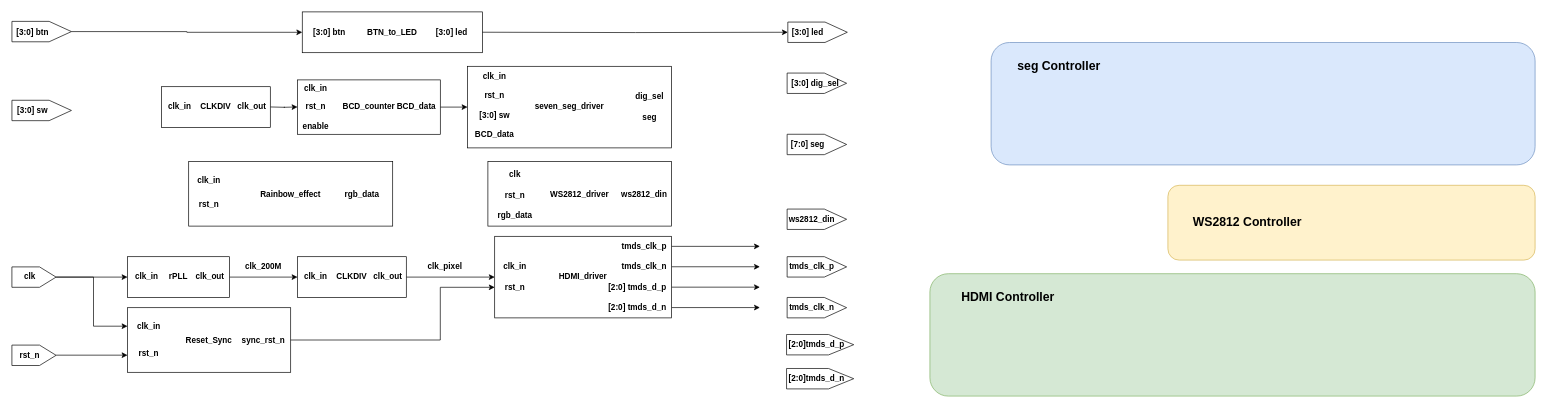
This is 板级测试工程框图.drawio from zeandon/draw.io, a draw.io file, before an edit. Source tidied: cells renumbered, new cells numbered last; positions are measured from the earlier drawing's top-left corner, leaving out a move shared by most shapes. Both pictures are drawn from the tidied source at 68%, with x=0, y=0 at pixel (12, 1).
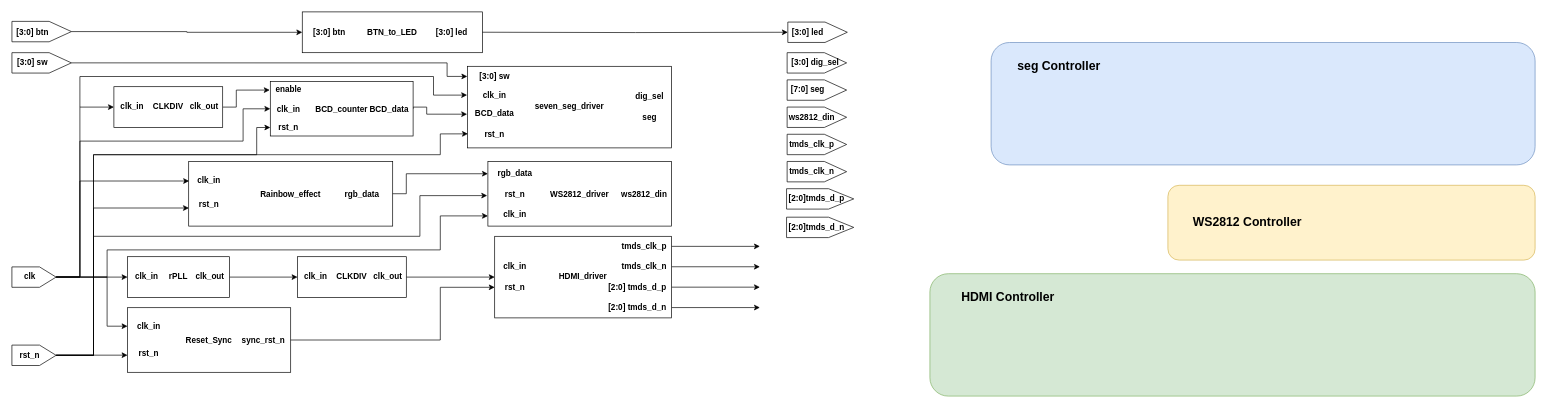
The same diagram, later.

Commit message (it also covers changes not shown here):
更新板级测试工程框图.drawio

Unchanged cells that the change refers to:
```xml
<mxCell id="34" style="shape=offPageConnector;whiteSpace=wrap;html=1;rotation=-90;fontStyle=1;" parent="33" vertex="1">
  <mxGeometry x="17.5" y="-17.5" width="30" height="65" as="geometry" />
</mxCell>
<mxCell id="37" style="shape=offPageConnector;whiteSpace=wrap;html=1;rotation=-90;fontStyle=1;" parent="36" vertex="1">
  <mxGeometry x="17.5" y="-17.5" width="30" height="65" as="geometry" />
</mxCell>
<mxCell id="43" style="shape=offPageConnector;whiteSpace=wrap;html=1;rotation=-90;fontStyle=1;" parent="42" vertex="1">
  <mxGeometry x="28.8" y="-28.8" width="30" height="87.5" as="geometry" />
</mxCell>
<mxCell id="72" value="CLKDIV" style="rounded=0;whiteSpace=wrap;html=1;fontStyle=1;" parent="71" vertex="1">
  <mxGeometry width="160" height="60" as="geometry" />
</mxCell>
<mxCell id="80" style="group;fontStyle=1;" parent="1" vertex="1">
  <mxGeometry x="670" y="95" width="300" height="120" as="geometry" />
</mxCell>
<mxCell id="81" value="seven_seg_driver" style="rounded=0;whiteSpace=wrap;html=1;fontStyle=1;" parent="80" vertex="1">
  <mxGeometry width="300" height="120" as="geometry" />
</mxCell>
<mxCell id="97" value="Rainbow_effect" style="rounded=0;whiteSpace=wrap;html=1;fontStyle=1;" parent="96" vertex="1">
  <mxGeometry width="300" height="95" as="geometry" />
</mxCell>
<mxCell id="101" style="group;" parent="1" vertex="1">
  <mxGeometry x="700" y="235" width="270" height="95" as="geometry" />
</mxCell>
<mxCell id="102" value="WS2812_driver" style="rounded=0;whiteSpace=wrap;html=1;fontStyle=1;" parent="101" vertex="1">
  <mxGeometry width="270" height="95" as="geometry" />
</mxCell>
```

Change to the diagram source:
```diff
@@
-    <mxCell id="8" style="edgeStyle=orthogonalEdgeStyle;rounded=0;orthogonalLoop=1;jettySize=auto;html=1;fontStyle=1;" parent="1" edge="1">
+    <mxCell id="8" style="edgeStyle=orthogonalEdgeStyle;rounded=0;jettySize=auto;html=1;fontStyle=1;exitX=1;exitY=0.5;exitDx=0;exitDy=0;entryX=-0.004;entryY=0.156;entryDx=0;entryDy=0;entryPerimeter=0;" parent="1" edge="1" source="72" target="75">
       <mxGeometry relative="1" as="geometry">
-        <mxPoint x="380" y="154.8" as="sourcePoint" />
-        <mxPoint x="420" y="154.8" as="targetPoint" />
+        <Array as="points">
+          <mxPoint x="330" y="155" />
+          <mxPoint x="330" y="130" />
+        </Array>
       </mxGeometry>
     </mxCell>
-    <mxCell id="9" style="edgeStyle=orthogonalEdgeStyle;rounded=0;jettySize=auto;html=1;fontStyle=1;" parent="1" edge="1" source="75" target="81">
-      <mxGeometry relative="1" as="geometry" />
+    <mxCell id="9" style="edgeStyle=orthogonalEdgeStyle;rounded=0;jettySize=auto;html=1;fontStyle=1;exitX=1;exitY=0.5;exitDx=0;exitDy=0;entryX=-0.002;entryY=0.587;entryDx=0;entryDy=0;entryPerimeter=0;" parent="1" edge="1" source="75" target="81">
+      <mxGeometry relative="1" as="geometry">
+        <Array as="points">
+          <mxPoint x="590" y="155" />
+          <mxPoint x="610" y="155" />
+          <mxPoint x="610" y="165" />
+          <mxPoint x="669" y="165" />
+        </Array>
+      </mxGeometry>
     </mxCell>
@@
-    <mxCell id="18" value="clk_200M" style="text;html=1;whiteSpace=wrap;strokeColor=none;fillColor=none;align=center;verticalAlign=middle;rounded=0;fontStyle=1;" parent="1" vertex="1">
-      <mxGeometry x="340" y="375" width="60" height="30" as="geometry" />
-    </mxCell>
-    <mxCell id="19" value="clk_pixel" style="text;html=1;whiteSpace=wrap;strokeColor=none;fillColor=none;align=center;verticalAlign=middle;rounded=0;fontStyle=1;" parent="1" vertex="1">
-      <mxGeometry x="607" y="375" width="60" height="30" as="geometry" />
-    </mxCell>
@@
     <mxCell id="42" style="group;fontStyle=1;" parent="1" vertex="1">
-      <mxGeometry y="145" width="87.5" height="30" as="geometry" />
+      <mxGeometry y="75" width="87.5" height="30" as="geometry" />
     </mxCell>
@@
     <mxCell id="48" style="group;fontStyle=1;" parent="1" vertex="1">
-      <mxGeometry x="1140" y="105" width="87.5" height="30" as="geometry" />
+      <mxGeometry x="1140" y="75" width="87.5" height="30" as="geometry" />
     </mxCell>
@@
     <mxCell id="51" style="group;fontStyle=1;" parent="1" vertex="1">
-      <mxGeometry x="1140" y="195" width="87.5" height="30" as="geometry" />
+      <mxGeometry x="1140" y="115" width="87.5" height="30" as="geometry" />
     </mxCell>
@@
     <mxCell id="54" style="group;fontStyle=1;" parent="1" vertex="1">
-      <mxGeometry x="1140" y="305" width="87.5" height="30" as="geometry" />
+      <mxGeometry x="1140" y="155" width="87.5" height="30" as="geometry" />
     </mxCell>
@@
     <mxCell id="57" style="group;fontStyle=1;" parent="1" vertex="1">
-      <mxGeometry x="1140" y="375" width="87.5" height="30" as="geometry" />
+      <mxGeometry x="1140" y="195" width="87.5" height="30" as="geometry" />
     </mxCell>
@@
     <mxCell id="60" style="group;fontStyle=1;" parent="1" vertex="1">
-      <mxGeometry x="1140" y="435" width="87.5" height="30" as="geometry" />
+      <mxGeometry x="1140" y="235" width="87.5" height="30" as="geometry" />
     </mxCell>
@@
     <mxCell id="63" style="shape=offPageConnector;whiteSpace=wrap;html=1;rotation=-90;fontStyle=1;" parent="1" vertex="1">
-      <mxGeometry x="1173.6" y="455" width="30" height="98.8" as="geometry" />
+      <mxGeometry x="1173.6" y="240.6" width="30" height="98.8" as="geometry" />
     </mxCell>
     <mxCell id="64" value="[2:0]tmds_d_p" style="text;html=1;whiteSpace=wrap;strokeColor=none;fillColor=none;align=center;verticalAlign=middle;rounded=0;fontStyle=1;" parent="1" vertex="1">
-      <mxGeometry x="1150.4" y="489.4" width="66.6" height="30" as="geometry" />
+      <mxGeometry x="1150.4" y="275" width="66.6" height="30" as="geometry" />
     </mxCell>
     <mxCell id="65" style="shape=offPageConnector;whiteSpace=wrap;html=1;rotation=-90;fontStyle=1;" parent="1" vertex="1">
-      <mxGeometry x="1173.6" y="505" width="30" height="98.8" as="geometry" />
+      <mxGeometry x="1173.6" y="282.5" width="30" height="98.8" as="geometry" />
     </mxCell>
     <mxCell id="66" value="[2:0]tmds_d_n" style="text;html=1;whiteSpace=wrap;strokeColor=none;fillColor=none;align=center;verticalAlign=middle;rounded=0;fontStyle=1;" parent="1" vertex="1">
-      <mxGeometry x="1150.4" y="539.4" width="66.6" height="30" as="geometry" />
+      <mxGeometry x="1150.4" y="316.9" width="66.6" height="30" as="geometry" />
     </mxCell>
@@
     <mxCell id="71" style="group;fontStyle=1;" parent="1" vertex="1">
-      <mxGeometry x="220" y="125" width="160" height="60" as="geometry" />
+      <mxGeometry x="150" y="125" width="160" height="60" as="geometry" />
     </mxCell>
@@
     <mxCell id="75" value="BCD_counter" style="rounded=0;whiteSpace=wrap;html=1;fontStyle=1;" parent="1" vertex="1">
-      <mxGeometry x="420" y="115" width="210" height="80" as="geometry" />
+      <mxGeometry x="380" y="117.5" width="210" height="80" as="geometry" />
     </mxCell>
-    <mxCell id="76" value="clk_in" style="text;html=1;whiteSpace=wrap;strokeColor=none;fillColor=none;align=center;verticalAlign=middle;rounded=0;fontStyle=1;" parent="1" vertex="1">
-      <mxGeometry x="427" y="112.5" width="40" height="30" as="geometry" />
+    <mxCell id="76" value="enable" style="text;html=1;whiteSpace=wrap;strokeColor=none;fillColor=none;align=center;verticalAlign=middle;rounded=0;fontStyle=1;" parent="1" vertex="1">
+      <mxGeometry x="387" y="115" width="40" height="30" as="geometry" />
     </mxCell>
-    <mxCell id="77" value="rst_n" style="text;html=1;whiteSpace=wrap;strokeColor=none;fillColor=none;align=center;verticalAlign=middle;rounded=0;fontStyle=1;" parent="1" vertex="1">
-      <mxGeometry x="427" y="140" width="40" height="30" as="geometry" />
+    <mxCell id="77" value="clk_in" style="text;html=1;whiteSpace=wrap;strokeColor=none;fillColor=none;align=center;verticalAlign=middle;rounded=0;fontStyle=1;" parent="1" vertex="1">
+      <mxGeometry x="387" y="142.5" width="40" height="30" as="geometry" />
     </mxCell>
-    <mxCell id="78" value="enable" style="text;html=1;whiteSpace=wrap;strokeColor=none;fillColor=none;align=center;verticalAlign=middle;rounded=0;fontStyle=1;" parent="1" vertex="1">
-      <mxGeometry x="427" y="167.5" width="40" height="30" as="geometry" />
+    <mxCell id="78" value="rst_n" style="text;html=1;whiteSpace=wrap;strokeColor=none;fillColor=none;align=center;verticalAlign=middle;rounded=0;fontStyle=1;" parent="1" vertex="1">
+      <mxGeometry x="387" y="170" width="40" height="30" as="geometry" />
     </mxCell>
     <mxCell id="79" value="BCD_data" style="text;html=1;whiteSpace=wrap;strokeColor=none;fillColor=none;align=center;verticalAlign=middle;rounded=0;fontStyle=1;" parent="1" vertex="1">
-      <mxGeometry x="560" y="142.5" width="70" height="25" as="geometry" />
+      <mxGeometry x="520" y="145" width="70" height="25" as="geometry" />
     </mxCell>
@@
-    <mxCell id="82" value="clk_in" style="text;html=1;whiteSpace=wrap;strokeColor=none;fillColor=none;align=center;verticalAlign=middle;rounded=0;fontStyle=1;" parent="80" vertex="1">
-      <mxGeometry x="20" width="40" height="30" as="geometry" />
+    <mxCell id="82" value="[3:0] sw" style="text;html=1;whiteSpace=wrap;strokeColor=none;fillColor=none;align=center;verticalAlign=middle;rounded=0;fontStyle=1;" parent="80" vertex="1">
+      <mxGeometry x="15" width="50" height="30" as="geometry" />
     </mxCell>
-    <mxCell id="83" value="rst_n" style="text;html=1;whiteSpace=wrap;strokeColor=none;fillColor=none;align=center;verticalAlign=middle;rounded=0;fontStyle=1;" parent="80" vertex="1">
+    <mxCell id="83" value="clk_in" style="text;html=1;whiteSpace=wrap;strokeColor=none;fillColor=none;align=center;verticalAlign=middle;rounded=0;fontStyle=1;" parent="80" vertex="1">
       <mxGeometry x="20" y="27.5" width="40" height="30" as="geometry" />
     </mxCell>
-    <mxCell id="84" value="[3:0] sw" style="text;html=1;whiteSpace=wrap;strokeColor=none;fillColor=none;align=center;verticalAlign=middle;rounded=0;fontStyle=1;" parent="80" vertex="1">
-      <mxGeometry x="10" y="57.5" width="60" height="30" as="geometry" />
+    <mxCell id="84" value="BCD_data" style="text;html=1;whiteSpace=wrap;strokeColor=none;fillColor=none;align=center;verticalAlign=middle;rounded=0;fontStyle=1;" parent="80" vertex="1">
+      <mxGeometry x="10" y="55" width="60" height="30" as="geometry" />
     </mxCell>
@@
-    <mxCell id="87" value="BCD_data" style="text;html=1;whiteSpace=wrap;strokeColor=none;fillColor=none;align=center;verticalAlign=middle;rounded=0;fontStyle=1;" parent="80" vertex="1">
+    <mxCell id="87" value="rst_n" style="text;html=1;whiteSpace=wrap;strokeColor=none;fillColor=none;align=center;verticalAlign=middle;rounded=0;fontStyle=1;" parent="80" vertex="1">
       <mxGeometry x="10" y="85" width="60" height="30" as="geometry" />
     </mxCell>
@@
-    <mxCell id="103" value="clk" style="text;html=1;whiteSpace=wrap;strokeColor=none;fillColor=none;align=center;verticalAlign=middle;rounded=0;fontStyle=1;" parent="101" vertex="1">
-      <mxGeometry x="20" y="5" width="40" height="30" as="geometry" />
+    <mxCell id="103" value="rst_n" style="text;html=1;whiteSpace=wrap;strokeColor=none;fillColor=none;align=center;verticalAlign=middle;rounded=0;fontStyle=1;" parent="101" vertex="1">
+      <mxGeometry x="20" y="32.5" width="40" height="30" as="geometry" />
     </mxCell>
-    <mxCell id="104" value="rst_n" style="text;html=1;whiteSpace=wrap;strokeColor=none;fillColor=none;align=center;verticalAlign=middle;rounded=0;fontStyle=1;" parent="101" vertex="1">
-      <mxGeometry x="20" y="35" width="40" height="30" as="geometry" />
+    <mxCell id="104" value="clk_in" style="text;html=1;whiteSpace=wrap;strokeColor=none;fillColor=none;align=center;verticalAlign=middle;rounded=0;fontStyle=1;" parent="101" vertex="1">
+      <mxGeometry x="20" y="62.5" width="40" height="30" as="geometry" />
     </mxCell>
+    <mxCell id="106" value="ws2812_din" style="text;html=1;whiteSpace=wrap;strokeColor=none;fillColor=none;align=center;verticalAlign=middle;rounded=0;fontStyle=1;" parent="101" vertex="1">
+      <mxGeometry x="190" y="32.5" width="80" height="30" as="geometry" />
+    </mxCell>
     <mxCell id="105" value="rgb_data" style="text;html=1;whiteSpace=wrap;strokeColor=none;fillColor=none;align=center;verticalAlign=middle;rounded=0;fontStyle=1;" parent="101" vertex="1">
-      <mxGeometry x="10" y="65" width="60" height="30" as="geometry" />
+      <mxGeometry x="10" y="2.5" width="60" height="30" as="geometry" />
     </mxCell>
-    <mxCell id="106" value="ws2812_din" style="text;html=1;whiteSpace=wrap;strokeColor=none;fillColor=none;align=center;verticalAlign=middle;rounded=0;fontStyle=1;" parent="101" vertex="1">
-      <mxGeometry x="190" y="32.5" width="80" height="30" as="geometry" />
-    </mxCell>
     <mxCell id="107" style="edgeStyle=orthogonalEdgeStyle;rounded=0;jettySize=auto;html=1;fontStyle=1;exitX=0.5;exitY=1;exitDx=0;exitDy=0;" parent="1" edge="1" source="34">
       <mxGeometry relative="1" as="geometry">
         <mxPoint x="170" y="477.2" as="targetPoint" />
         <Array as="points">
-          <mxPoint x="120" y="405" />
-          <mxPoint x="120" y="477" />
+          <mxPoint x="140" y="405" />
+          <mxPoint x="140" y="477" />
         </Array>
       </mxGeometry>
     </mxCell>
@@
+    <mxCell id="110" style="edgeStyle=orthogonalEdgeStyle;rounded=0;orthogonalLoop=1;jettySize=auto;html=1;fontStyle=1;" parent="1" edge="1">
+      <mxGeometry relative="1" as="geometry">
+        <mxPoint x="560" y="282.4" as="sourcePoint" />
+        <mxPoint x="700" y="253" as="targetPoint" />
+        <Array as="points">
+          <mxPoint x="580" y="282" />
+          <mxPoint x="580" y="253" />
+        </Array>
+      </mxGeometry>
+    </mxCell>
+    <mxCell id="111" style="edgeStyle=orthogonalEdgeStyle;rounded=0;orthogonalLoop=1;jettySize=auto;html=1;exitX=0.5;exitY=1;exitDx=0;exitDy=0;fontStyle=1;" parent="1" edge="1">
+      <mxGeometry relative="1" as="geometry">
+        <mxPoint x="65" y="404.9" as="sourcePoint" />
+        <mxPoint x="700" y="315" as="targetPoint" />
+        <Array as="points">
+          <mxPoint x="140" y="405" />
+          <mxPoint x="140" y="365" />
+          <mxPoint x="630" y="365" />
+          <mxPoint x="630" y="315" />
+          <mxPoint x="700" y="315" />
+        </Array>
+      </mxGeometry>
+    </mxCell>
+    <mxCell id="112" style="edgeStyle=orthogonalEdgeStyle;rounded=0;jettySize=auto;html=1;exitX=0.5;exitY=1;exitDx=0;exitDy=0;fontStyle=1;entryX=0.001;entryY=0.72;entryDx=0;entryDy=0;entryPerimeter=0;" parent="1" edge="1" target="97">
+      <mxGeometry relative="1" as="geometry">
+        <mxPoint x="65" y="519.9" as="sourcePoint" />
+        <Array as="points">
+          <mxPoint x="120" y="520" />
+          <mxPoint x="120" y="303" />
+        </Array>
+      </mxGeometry>
+    </mxCell>
+    <mxCell id="113" style="edgeStyle=orthogonalEdgeStyle;rounded=0;jettySize=auto;html=1;exitX=0.5;exitY=1;exitDx=0;exitDy=0;fontStyle=1;entryX=0.002;entryY=0.302;entryDx=0;entryDy=0;entryPerimeter=0;" parent="1" edge="1" target="97">
+      <mxGeometry relative="1" as="geometry">
+        <mxPoint x="65" y="404.8" as="sourcePoint" />
+        <Array as="points">
+          <mxPoint x="100" y="405" />
+          <mxPoint x="100" y="264" />
+        </Array>
+      </mxGeometry>
+    </mxCell>
+    <mxCell id="114" style="edgeStyle=orthogonalEdgeStyle;rounded=0;jettySize=auto;html=1;exitX=0.5;exitY=1;exitDx=0;exitDy=0;fontStyle=1;entryX=0;entryY=0.5;entryDx=0;entryDy=0;" parent="1" edge="1" target="72">
+      <mxGeometry relative="1" as="geometry">
+        <mxPoint x="65" y="404.8" as="sourcePoint" />
+        <Array as="points">
+          <mxPoint x="100" y="405" />
+          <mxPoint x="100" y="155" />
+        </Array>
+      </mxGeometry>
+    </mxCell>
+    <mxCell id="115" style="edgeStyle=orthogonalEdgeStyle;rounded=0;jettySize=auto;html=1;exitX=0.5;exitY=1;exitDx=0;exitDy=0;fontStyle=1;entryX=-0.001;entryY=0.124;entryDx=0;entryDy=0;entryPerimeter=0;" parent="1" edge="1" source="43" target="81">
+      <mxGeometry relative="1" as="geometry">
+        <Array as="points">
+          <mxPoint x="640" y="90" />
+          <mxPoint x="640" y="110" />
+        </Array>
+      </mxGeometry>
+    </mxCell>
+    <mxCell id="116" style="edgeStyle=orthogonalEdgeStyle;rounded=0;jettySize=auto;html=1;fontStyle=1;entryX=-0.002;entryY=0.353;entryDx=0;entryDy=0;entryPerimeter=0;" parent="1" edge="1" target="81">
+      <mxGeometry relative="1" as="geometry">
+        <mxPoint x="100" y="155" as="sourcePoint" />
+        <Array as="points">
+          <mxPoint x="100" y="110" />
+          <mxPoint x="620" y="110" />
+          <mxPoint x="620" y="137" />
+        </Array>
+      </mxGeometry>
+    </mxCell>
+    <mxCell id="117" style="edgeStyle=orthogonalEdgeStyle;rounded=0;jettySize=auto;html=1;exitX=0.5;exitY=1;exitDx=0;exitDy=0;fontStyle=1;" parent="1" edge="1" source="37">
+      <mxGeometry relative="1" as="geometry">
+        <mxPoint x="380" y="185" as="targetPoint" />
+        <Array as="points">
+          <mxPoint x="120" y="520" />
+          <mxPoint x="120" y="225" />
+          <mxPoint x="360" y="225" />
+          <mxPoint x="360" y="185" />
+        </Array>
+      </mxGeometry>
+    </mxCell>
+    <mxCell id="118" style="edgeStyle=orthogonalEdgeStyle;rounded=0;jettySize=auto;html=1;exitX=0.5;exitY=1;exitDx=0;exitDy=0;fontStyle=1;entryX=0;entryY=0.5;entryDx=0;entryDy=0;" parent="1" edge="1" target="75">
+      <mxGeometry relative="1" as="geometry">
+        <mxPoint x="65" y="404.8" as="sourcePoint" />
+        <Array as="points">
+          <mxPoint x="100" y="405" />
+          <mxPoint x="100" y="205" />
+          <mxPoint x="340" y="205" />
+          <mxPoint x="340" y="157" />
+        </Array>
+      </mxGeometry>
+    </mxCell>
+    <mxCell id="119" style="edgeStyle=orthogonalEdgeStyle;rounded=0;jettySize=auto;html=1;exitX=0.5;exitY=1;exitDx=0;exitDy=0;fontStyle=1;entryX=-0.004;entryY=0.528;entryDx=0;entryDy=0;entryPerimeter=0;" parent="1" edge="1" source="37" target="102">
+      <mxGeometry relative="1" as="geometry">
+        <Array as="points">
+          <mxPoint x="120" y="520" />
+          <mxPoint x="120" y="345" />
+          <mxPoint x="600" y="345" />
+          <mxPoint x="600" y="285" />
+        </Array>
+      </mxGeometry>
+    </mxCell>
+    <mxCell id="120" style="edgeStyle=orthogonalEdgeStyle;rounded=0;jettySize=auto;html=1;exitX=0.5;exitY=1;exitDx=0;exitDy=0;fontStyle=1;entryX=0.002;entryY=0.828;entryDx=0;entryDy=0;entryPerimeter=0;" parent="1" edge="1" target="81">
+      <mxGeometry relative="1" as="geometry">
+        <mxPoint x="65" y="520" as="sourcePoint" />
+        <Array as="points">
+          <mxPoint x="120" y="520" />
+          <mxPoint x="120" y="225" />
+          <mxPoint x="630" y="225" />
+          <mxPoint x="630" y="194" />
+        </Array>
+      </mxGeometry>
+    </mxCell>
```
